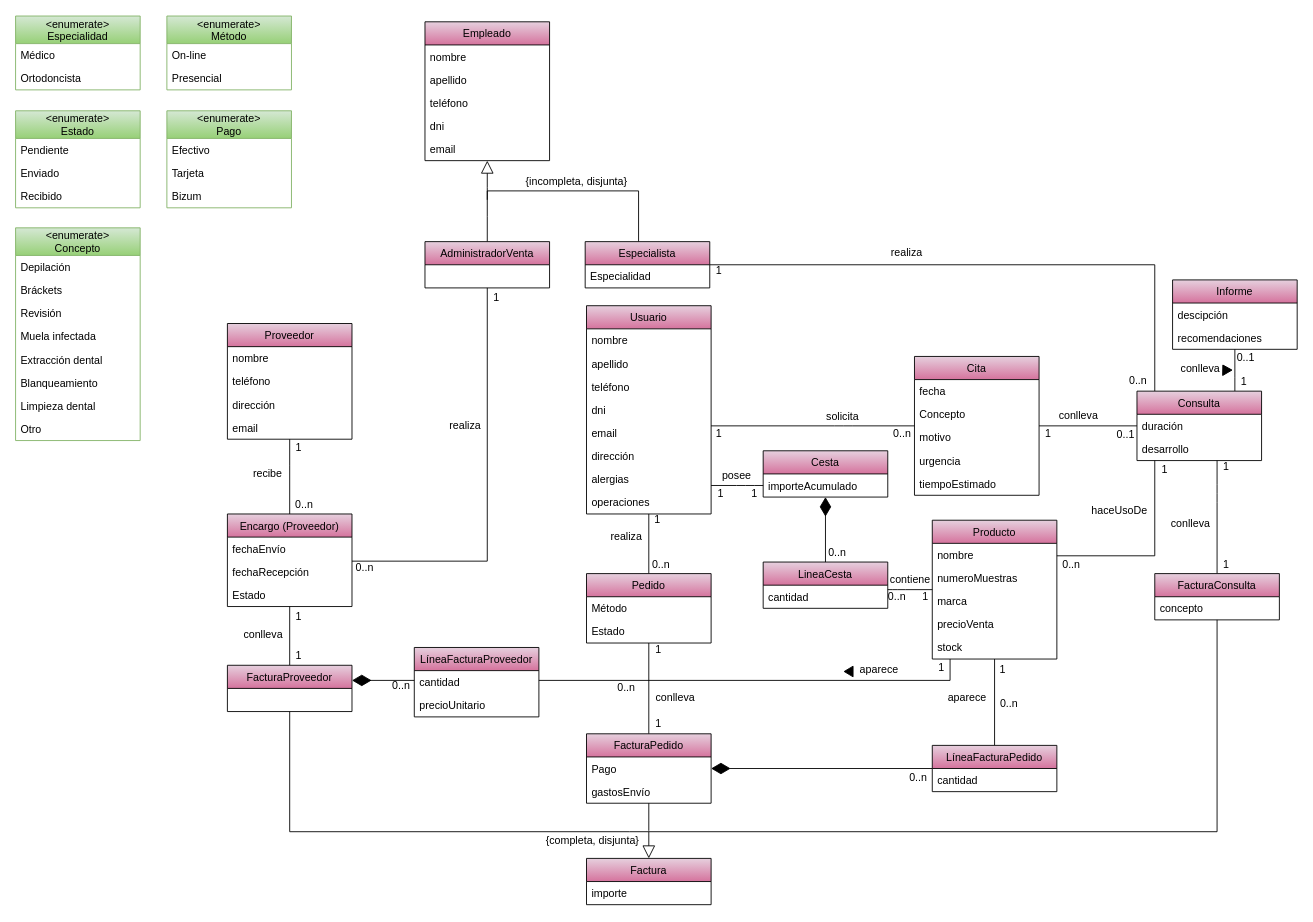
This is page "General" (1 of 4) of Recursos/Diagrama UML IR.drawio from Jesusjbs/clinicaDental-ir, a draw.io file, before an edit. Source tidied: cells renumbered, new cells numbered last; positions are measured from the earlier drawing's top-left corner, leaving out a move shared by most shapes. Both pictures are drawn from the tidied source at 89%, with x=0, y=0 at pixel (15, 16).
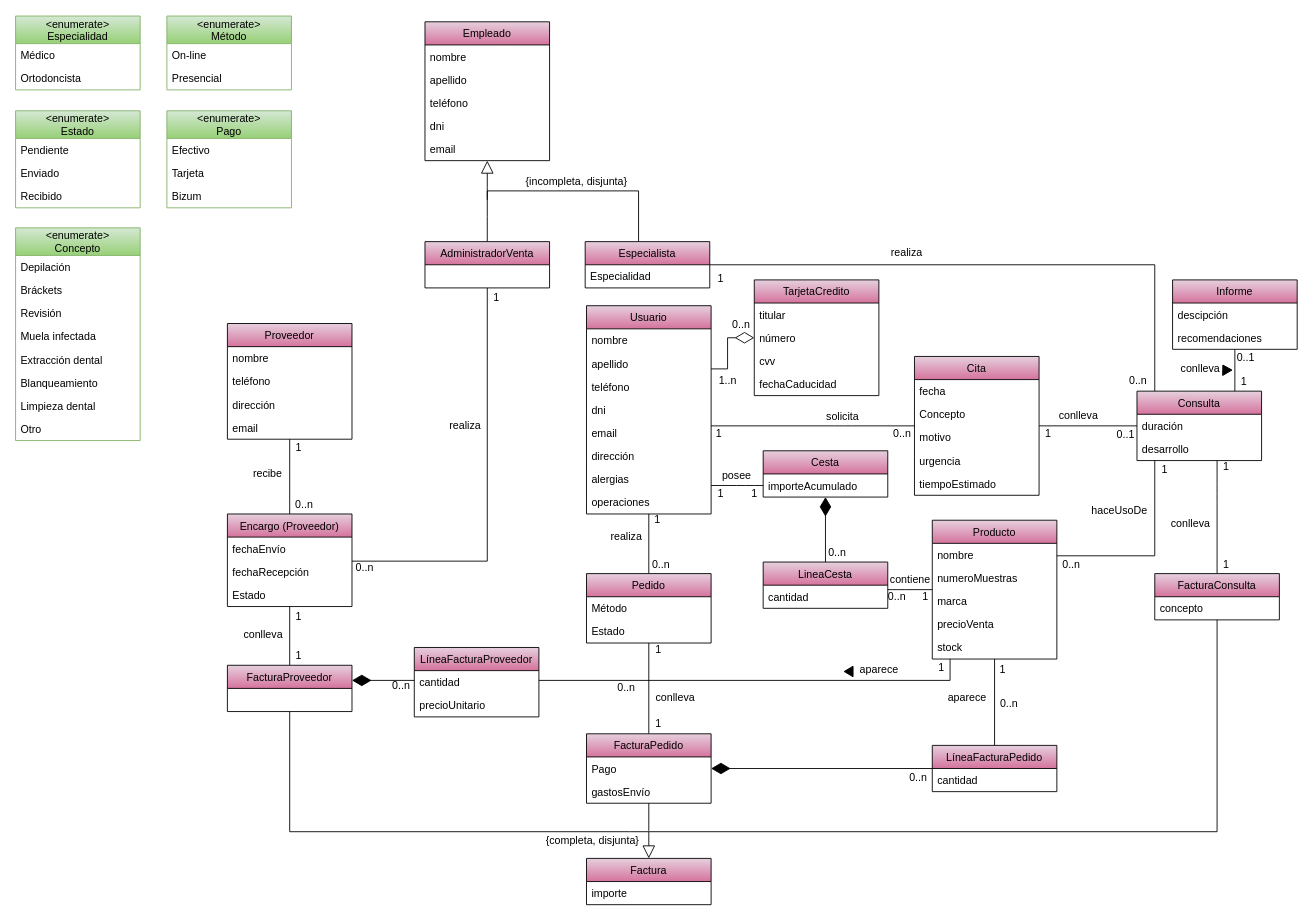
After the change.

Unchanged cells that the change refers to:
```xml
<mxCell id="61" value="Usuario" style="swimlane;fontStyle=0;horizontal=1;startSize=26;fillColor=#E6D0DE;gradientColor=#D5739D;" parent="1" vertex="1">
  <mxGeometry x="641.5" y="325" width="140" height="234" as="geometry" />
</mxCell>
```

What changed in the source:
```diff
@@
     <mxCell id="130" value="1" style="text;html=1;align=center;verticalAlign=middle;" parent="1" vertex="1">
-      <mxGeometry x="780" y="276" width="20" height="20" as="geometry" />
+      <mxGeometry x="781.5" y="285" width="20" height="20" as="geometry" />
     </mxCell>
@@
+    <mxCell id="167" value="TarjetaCredito" style="swimlane;fontStyle=0;horizontal=1;startSize=26;fillColor=#E6D0DE;gradientColor=#D5739D;" parent="1" vertex="1">
+      <mxGeometry x="830" y="296" width="140" height="130" as="geometry" />
+    </mxCell>
+    <mxCell id="168" value="titular" style="text;strokeColor=none;fillColor=none;align=left;verticalAlign=top;spacingLeft=4;spacingRight=4;overflow=hidden;" parent="167" vertex="1">
+      <mxGeometry y="26" width="140" height="26" as="geometry" />
+    </mxCell>
+    <mxCell id="169" value="número" style="text;strokeColor=none;fillColor=none;align=left;verticalAlign=top;spacingLeft=4;spacingRight=4;overflow=hidden;" parent="167" vertex="1">
+      <mxGeometry y="52" width="140" height="26" as="geometry" />
+    </mxCell>
+    <mxCell id="170" value="cvv" style="text;strokeColor=none;fillColor=none;align=left;verticalAlign=top;spacingLeft=4;spacingRight=4;overflow=hidden;" parent="167" vertex="1">
+      <mxGeometry y="78" width="140" height="26" as="geometry" />
+    </mxCell>
+    <mxCell id="171" value="fechaCaducidad" style="text;strokeColor=none;fillColor=none;align=left;verticalAlign=top;spacingLeft=4;spacingRight=4;overflow=hidden;" parent="167" vertex="1">
+      <mxGeometry y="104" width="140" height="26" as="geometry" />
+    </mxCell>
+    <mxCell id="172" value="1..n" style="text;html=1;align=center;verticalAlign=middle;" parent="1" vertex="1">
+      <mxGeometry x="780" y="399" width="40" height="20" as="geometry" />
+    </mxCell>
+    <mxCell id="173" value="0..n" style="text;html=1;align=center;verticalAlign=middle;" parent="1" vertex="1">
+      <mxGeometry x="795" y="336" width="40" height="20" as="geometry" />
+    </mxCell>
+    <mxCell id="174" style="edgeStyle=orthogonalEdgeStyle;rounded=0;jettySize=auto;html=1;endArrow=none;endFill=0;startArrow=diamondThin;startFill=0;sourcePerimeterSpacing=0;targetPerimeterSpacing=0;startSize=19;" parent="1" edge="1" source="167" target="61">
+      <mxGeometry relative="1" as="geometry">
+        <Array as="points">
+          <mxPoint x="800" y="361" />
+          <mxPoint x="800" y="396" />
+        </Array>
+      </mxGeometry>
+    </mxCell>
```
